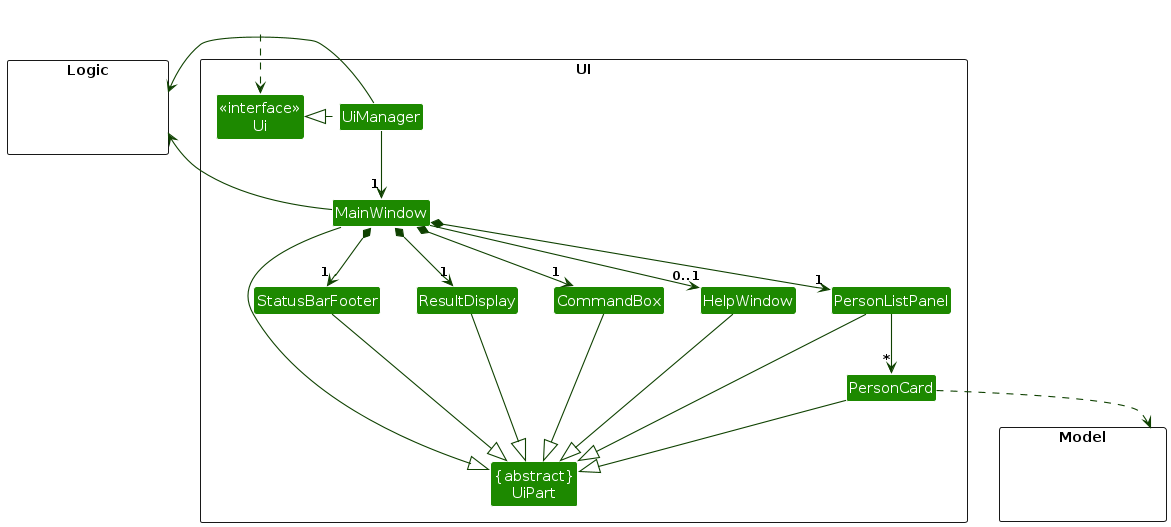
Above: diagrams/UiClassDiagram.png in AY2627S1-CS2103T-T15-2/tp (PlantUML), before the change. Its source is kept beside it as diagrams/UiClassDiagram.puml. The source it was exported from:
```plantuml
@startuml
!include style.puml
skinparam arrowThickness 1.1
skinparam arrowColor UI_COLOR_T4
skinparam classBackgroundColor UI_COLOR

package UI <<Rectangle>>{
Class "<<interface>>\nUi" as Ui
Class "{abstract}\nUiPart" as UiPart
Class UiManager
Class MainWindow
Class HelpWindow
Class ResultDisplay
Class PersonListPanel
Class PersonCard
Class StatusBarFooter
Class CommandBox
}

package Model <<Rectangle>> {
Class HiddenModel #FFFFFF
}

package Logic <<Rectangle>> {
Class HiddenLogic #FFFFFF
}

Class HiddenOutside #FFFFFF
HiddenOutside ..> Ui

UiManager .left.|> Ui
UiManager -down-> "1" MainWindow
MainWindow *-down->  "1" CommandBox
MainWindow *-down-> "1" ResultDisplay
MainWindow *-down-> "1" PersonListPanel
MainWindow *-down-> "1" StatusBarFooter
MainWindow --> "0..1" HelpWindow

PersonListPanel -down-> "*" PersonCard

MainWindow -left-|> UiPart

ResultDisplay --|> UiPart
CommandBox --|> UiPart
PersonListPanel --|> UiPart
PersonCard --|> UiPart
StatusBarFooter --|> UiPart
HelpWindow --|> UiPart

PersonCard ..> Model
UiManager -right-> Logic
MainWindow -left-> Logic

PersonListPanel -[hidden]left- HelpWindow
HelpWindow -[hidden]left- CommandBox
CommandBox -[hidden]left- ResultDisplay
ResultDisplay -[hidden]left- StatusBarFooter

MainWindow -[hidden]-|> UiPart
@enduml
```
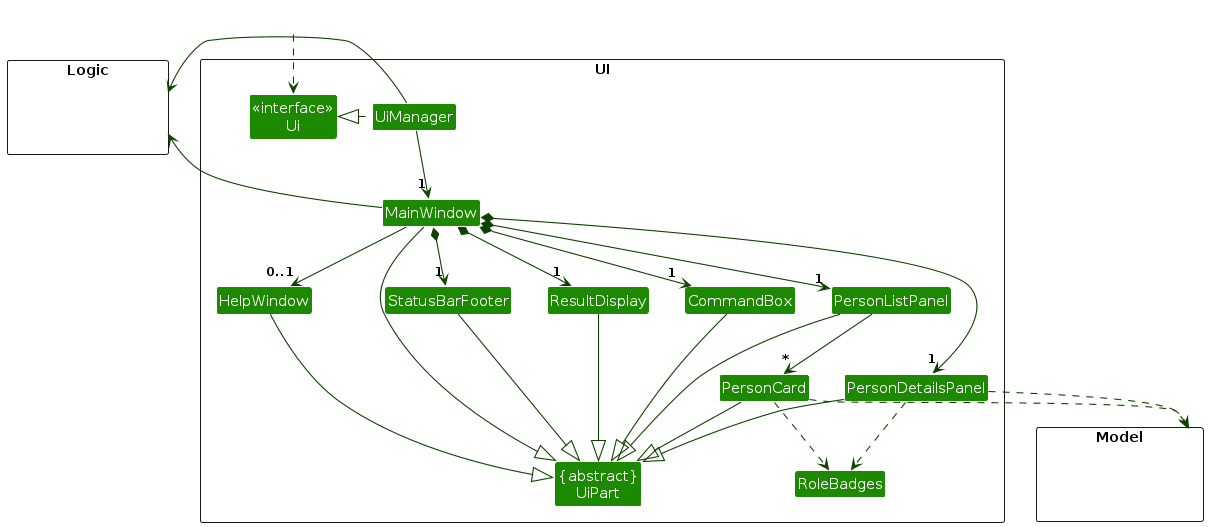
After the commit.

What changed in the source:
```diff
@@ -13,6 +13,8 @@
 Class ResultDisplay
 Class PersonListPanel
 Class PersonCard
+Class PersonDetailsPanel
+Class RoleBadges
 Class StatusBarFooter
 Class CommandBox
 }
@@ -33,10 +35,13 @@
 MainWindow *-down->  "1" CommandBox
 MainWindow *-down-> "1" ResultDisplay
 MainWindow *-down-> "1" PersonListPanel
+MainWindow *-down-> "1" PersonDetailsPanel
 MainWindow *-down-> "1" StatusBarFooter
 MainWindow --> "0..1" HelpWindow
 
 PersonListPanel -down-> "*" PersonCard
+PersonCard ..> RoleBadges
+PersonDetailsPanel ..> RoleBadges
 
 MainWindow -left-|> UiPart
 
@@ -44,10 +49,12 @@
 CommandBox --|> UiPart
 PersonListPanel --|> UiPart
 PersonCard --|> UiPart
+PersonDetailsPanel --|> UiPart
 StatusBarFooter --|> UiPart
 HelpWindow --|> UiPart
 
 PersonCard ..> Model
+PersonDetailsPanel ..> Model
 UiManager -right-> Logic
 MainWindow -left-> Logic
 
```
